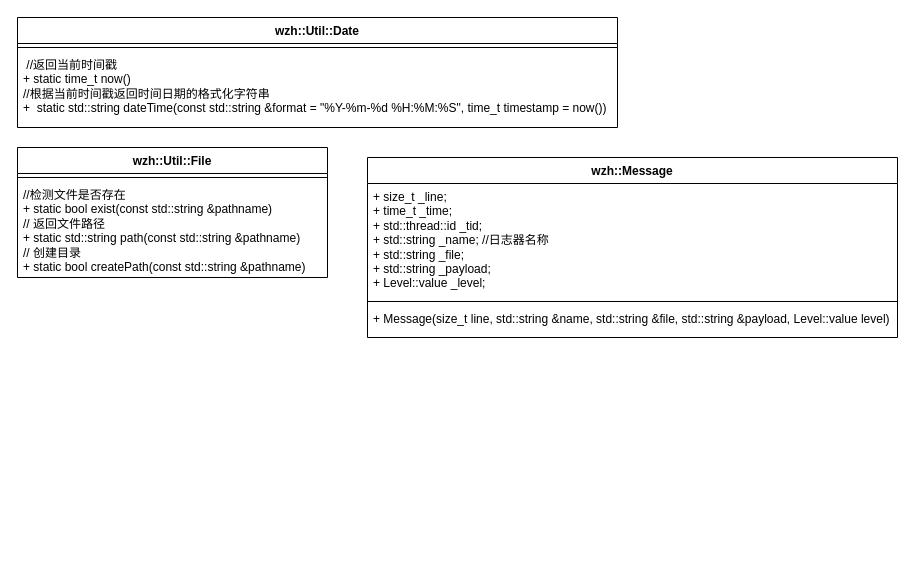
Elio265/LogSystem keeps this draw.io diagram as LogSystem.drawio. Above is the earlier version. Source tidied: cells renumbered, new cells numbered last; positions are measured from the earlier drawing's top-left corner, leaving out a move shared by most shapes. Both pictures are drawn from the tidied source at 100%, with x=0, y=0 at pixel (17, 17).
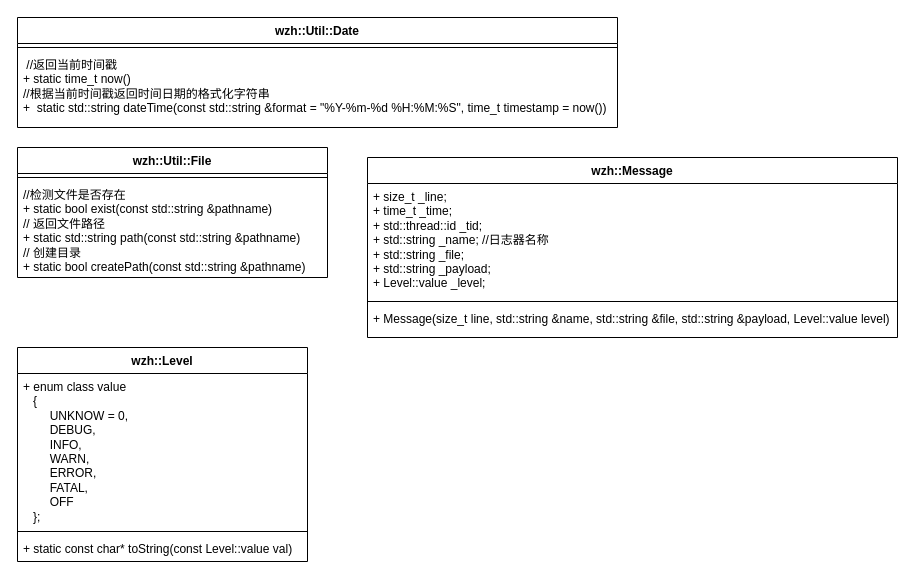
The same page after the edit.

The edit, as a diff of the source:
```diff
@@
 <mxGraphModel>
   <root>
     <mxCell id="0" />
     <mxCell id="1" parent="0" />
     <mxCell id="2" value="wzh::Util::Date" style="swimlane;fontStyle=1;align=center;verticalAlign=top;horizontal=1;startSize=26;whiteSpace=wrap;html=1;" parent="1" vertex="1">
       <mxGeometry width="600" height="110" as="geometry" />
     </mxCell>
     <mxCell id="3" style="line;strokeWidth=1;fillColor=none;align=left;verticalAlign=middle;spacingTop=-1;spacingLeft=3;spacingRight=3;labelPosition=right;strokeColor=inherit;" parent="2" vertex="1">
       <mxGeometry y="26" width="600" height="8" as="geometry" />
     </mxCell>
     <mxCell id="4" value="&lt;div&gt;&amp;nbsp;//返回当前时间戳&lt;/div&gt;&lt;div&gt;+&amp;nbsp;static time_t now()&lt;/div&gt;&lt;div&gt;//根据当前时间戳返回时间日期的格式化字符串&lt;/div&gt;&lt;div&gt;+&amp;nbsp;&amp;nbsp;static std::string dateTime(const std::string &amp;amp;format = &quot;%Y-%m-%d %H:%M:%S&quot;, time_t timestamp = now())&lt;/div&gt;" style="text;align=left;verticalAlign=top;spacingLeft=4;spacingRight=4;overflow=hidden;whiteSpace=wrap;html=1;" parent="2" vertex="1">
       <mxGeometry y="34" width="600" height="76" as="geometry" />
     </mxCell>
     <mxCell id="5" value="wzh::Util::File" style="swimlane;fontStyle=1;align=center;verticalAlign=top;horizontal=1;startSize=26;whiteSpace=wrap;html=1;" parent="1" vertex="1">
       <mxGeometry y="130" width="310" height="130" as="geometry" />
     </mxCell>
     <mxCell id="6" style="line;strokeWidth=1;fillColor=none;align=left;verticalAlign=middle;spacingTop=-1;spacingLeft=3;spacingRight=3;labelPosition=right;strokeColor=inherit;" parent="5" vertex="1">
       <mxGeometry y="26" width="310" height="8" as="geometry" />
     </mxCell>
     <mxCell id="7" value="//检测文件是否存在&lt;div&gt;+&amp;nbsp;static bool exist(const std::string &amp;amp;pathname)&lt;/div&gt;&lt;div&gt;// 返回文件路径&lt;/div&gt;&lt;div&gt;+&amp;nbsp;static std::string path(const std::string &amp;amp;pathname)&lt;/div&gt;&lt;div&gt;// 创建目录&amp;nbsp;&lt;/div&gt;&lt;div&gt;+&amp;nbsp;static bool createPath(const std::string &amp;amp;pathname)&lt;/div&gt;" style="text;strokeColor=none;fillColor=none;align=left;verticalAlign=top;spacingLeft=4;spacingRight=4;overflow=hidden;whiteSpace=wrap;html=1;" parent="5" vertex="1">
       <mxGeometry y="34" width="310" height="96" as="geometry" />
     </mxCell>
     <mxCell id="8" value="wzh::Message" style="swimlane;fontStyle=1;align=center;verticalAlign=top;horizontal=1;startSize=26;whiteSpace=wrap;html=1;" parent="1" vertex="1">
       <mxGeometry x="350" y="140" width="530" height="180" as="geometry" />
     </mxCell>
     <mxCell id="9" value="&lt;div&gt;+ size_t _line;&lt;/div&gt;&lt;div&gt;+ time_t _time;&lt;/div&gt;&lt;div&gt;+ std::thread::id _tid;&lt;/div&gt;&lt;div&gt;+ std::string _name; //日志器名称&lt;/div&gt;&lt;div&gt;+ std::string _file;&lt;/div&gt;&lt;div&gt;+ std::string _payload;&lt;/div&gt;&lt;div&gt;+ Level::value _level;&lt;/div&gt;" style="text;strokeColor=none;fillColor=none;align=left;verticalAlign=top;spacingLeft=4;spacingRight=4;overflow=hidden;whiteSpace=wrap;html=1;" parent="8" vertex="1">
       <mxGeometry y="26" width="530" height="114" as="geometry" />
     </mxCell>
     <mxCell id="10" style="line;strokeWidth=1;fillColor=none;align=left;verticalAlign=middle;spacingTop=-1;spacingLeft=3;spacingRight=3;labelPosition=right;strokeColor=inherit;" parent="8" vertex="1">
       <mxGeometry y="140" width="530" height="8" as="geometry" />
     </mxCell>
     <mxCell id="11" value="+&amp;nbsp;&lt;span style=&quot;background-color: transparent;&quot;&gt;Message(size_t line, std::string &amp;amp;name, std::string &amp;amp;file,&amp;nbsp;&lt;/span&gt;&lt;span style=&quot;background-color: transparent; color: light-dark(rgb(0, 0, 0), rgb(255, 255, 255));&quot;&gt;std::string &amp;amp;payload, Level::value level)&lt;/span&gt;" style="text;strokeColor=none;fillColor=none;align=left;verticalAlign=top;spacingLeft=4;spacingRight=4;overflow=hidden;whiteSpace=wrap;html=1;" parent="8" vertex="1">
       <mxGeometry y="148" width="530" height="32" as="geometry" />
     </mxCell>
+    <mxCell id="12" value="wzh::Level" style="swimlane;fontStyle=1;align=center;verticalAlign=top;horizontal=1;startSize=26;whiteSpace=wrap;html=1;" parent="1" vertex="1">
+      <mxGeometry y="330" width="290" height="214" as="geometry" />
+    </mxCell>
+    <mxCell id="13" value="+&amp;nbsp;&lt;span style=&quot;background-color: transparent;&quot;&gt;enum class value&lt;/span&gt;&lt;div&gt;&amp;nbsp; &amp;nbsp;{&lt;/div&gt;&lt;div&gt;&amp;nbsp; &amp;nbsp; &amp;nbsp; &amp;nbsp; UNKNOW = 0,&lt;/div&gt;&lt;div&gt;&amp;nbsp; &amp;nbsp; &amp;nbsp; &amp;nbsp; DEBUG,&lt;/div&gt;&lt;div&gt;&amp;nbsp; &amp;nbsp; &amp;nbsp; &amp;nbsp; INFO,&lt;/div&gt;&lt;div&gt;&amp;nbsp; &amp;nbsp; &amp;nbsp; &amp;nbsp; WARN,&lt;/div&gt;&lt;div&gt;&amp;nbsp; &amp;nbsp; &amp;nbsp; &amp;nbsp; ERROR,&lt;/div&gt;&lt;div&gt;&amp;nbsp; &amp;nbsp; &amp;nbsp; &amp;nbsp; FATAL,&lt;/div&gt;&lt;div&gt;&amp;nbsp; &amp;nbsp; &amp;nbsp; &amp;nbsp; OFF&lt;/div&gt;&lt;div&gt;&amp;nbsp; &amp;nbsp;};&lt;/div&gt;" style="text;strokeColor=none;fillColor=none;align=left;verticalAlign=top;spacingLeft=4;spacingRight=4;overflow=hidden;whiteSpace=wrap;html=1;" parent="12" vertex="1">
+      <mxGeometry y="26" width="290" height="154" as="geometry" />
+    </mxCell>
+    <mxCell id="14" style="line;strokeWidth=1;fillColor=none;align=left;verticalAlign=middle;spacingTop=-1;spacingLeft=3;spacingRight=3;labelPosition=right;strokeColor=inherit;" parent="12" vertex="1">
+      <mxGeometry y="180" width="290" height="8" as="geometry" />
+    </mxCell>
+    <mxCell id="15" value="+&amp;nbsp;static const char* toString(const Level::value val)" style="text;strokeColor=none;fillColor=none;align=left;verticalAlign=top;spacingLeft=4;spacingRight=4;overflow=hidden;whiteSpace=wrap;html=1;" parent="12" vertex="1">
+      <mxGeometry y="188" width="290" height="26" as="geometry" />
+    </mxCell>
   </root>
 </mxGraphModel>
```
